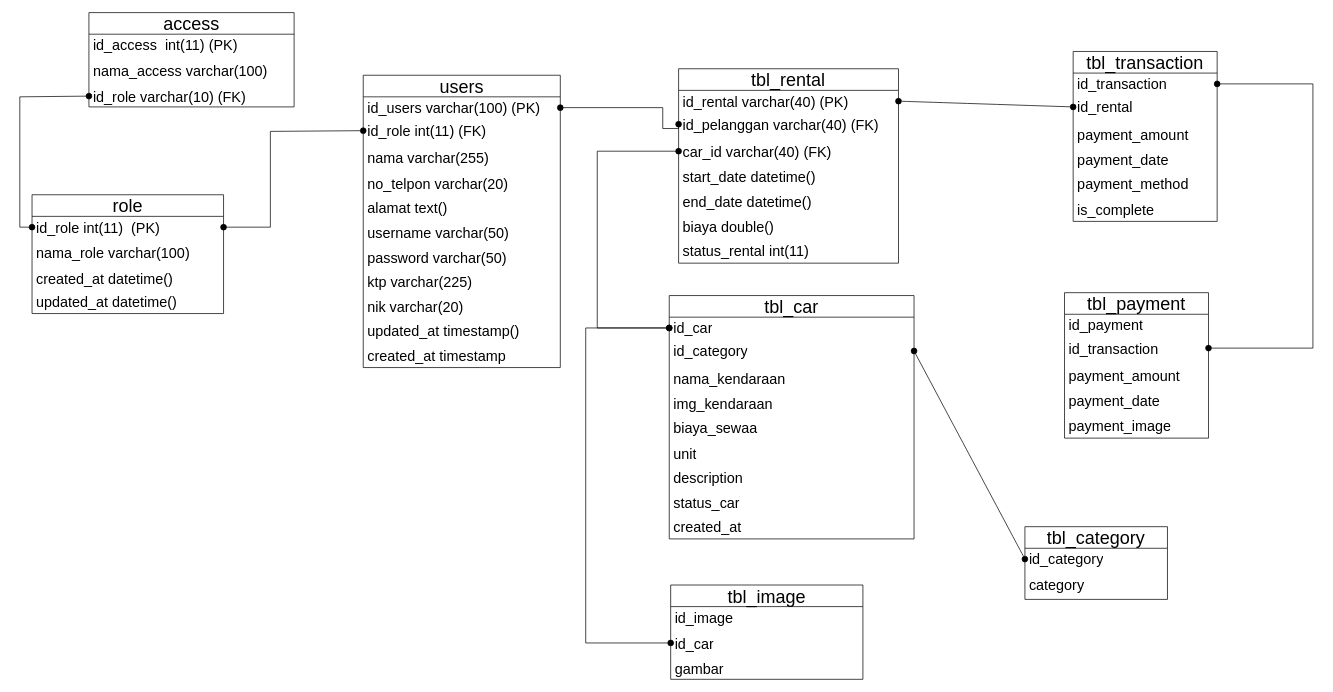
Earlier version of the draw.io diagram Mapping.drawio (Kantrawibawa10/Draw-I-O). Source tidied: cells renumbered, new cells numbered last; positions are measured from the earlier drawing's top-left corner, leaving out a move shared by most shapes. Both pictures are drawn from the tidied source at 72%, with x=0, y=0 at pixel (19, 12).
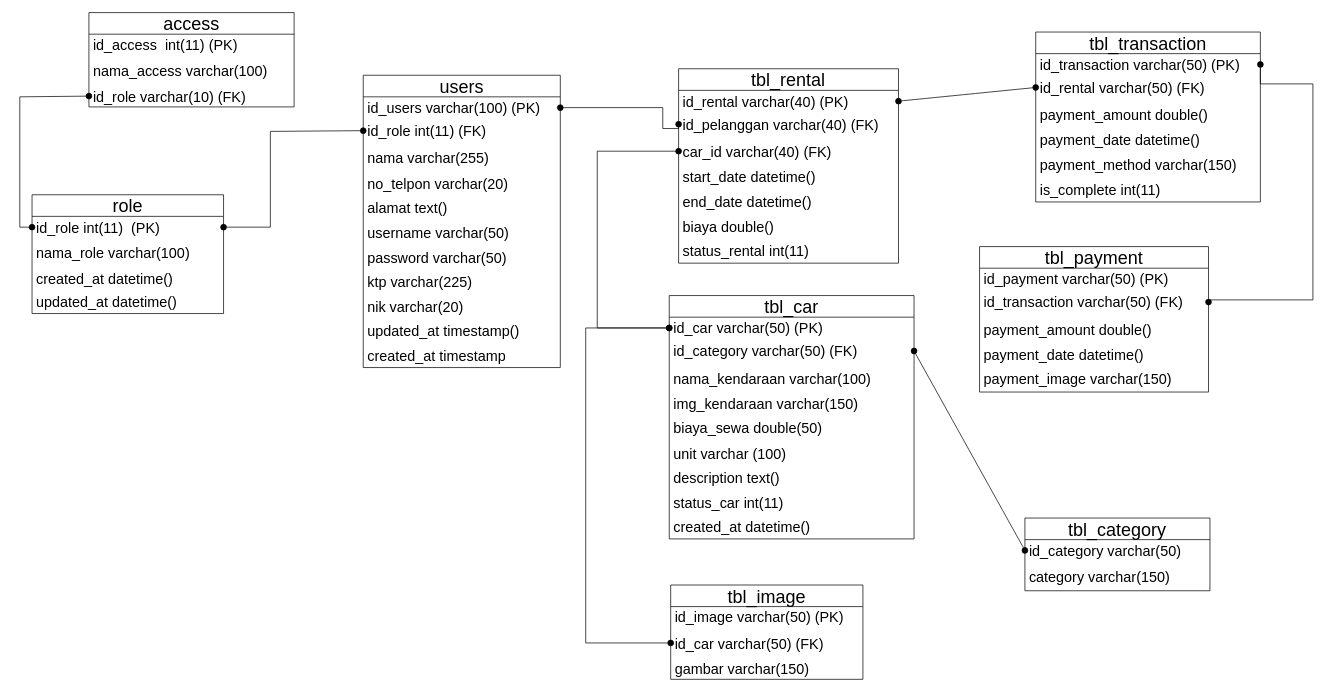
Above is the later version.

The change refers to these unchanged cells:
```xml
<mxCell id="49" value="&lt;font style=&quot;font-size: 25px;&quot;&gt;tbl_car&lt;/font&gt;" style="swimlane;fontStyle=0;horizontal=1;startSize=30;whiteSpace=wrap;html=1;fontSize=16;" parent="1" vertex="1">
  <mxGeometry x="902" y="393" width="340" height="338" as="geometry" />
</mxCell>
<mxCell id="60" value="&lt;font style=&quot;font-size: 25px;&quot;&gt;tbl_image&lt;/font&gt;" style="swimlane;fontStyle=0;horizontal=1;startSize=30;whiteSpace=wrap;html=1;fontSize=16;" parent="1" vertex="1">
  <mxGeometry x="904" y="795" width="267" height="131" as="geometry" />
</mxCell>
```

The edit, as a diff of the source:
```diff
@@
     <mxCell id="34" value="&lt;font style=&quot;font-size: 25px;&quot;&gt;tbl_transaction&lt;/font&gt;" style="swimlane;fontStyle=0;horizontal=1;startSize=30;whiteSpace=wrap;html=1;fontSize=16;" parent="1" vertex="1">
-      <mxGeometry x="1463" y="54" width="200" height="236" as="geometry" />
+      <mxGeometry x="1411" y="27" width="312" height="236" as="geometry" />
     </mxCell>
-    <mxCell id="35" value="&lt;font style=&quot;font-size: 20px;&quot;&gt;&lt;font style=&quot;font-size: 20px;&quot;&gt;id_transaction&lt;/font&gt;&lt;/font&gt;" style="text;strokeColor=none;fillColor=none;align=left;verticalAlign=middle;spacingLeft=4;spacingRight=4;overflow=hidden;points=[[0,0.5],[1,0.5]];portConstraint=eastwest;whiteSpace=wrap;html=1;fontSize=16;" parent="34" vertex="1">
-      <mxGeometry y="30" width="200" height="30" as="geometry" />
+    <mxCell id="35" value="&lt;font style=&quot;font-size: 20px;&quot;&gt;&lt;font style=&quot;font-size: 20px;&quot;&gt;id_transaction varchar(50) (PK)&lt;/font&gt;&lt;/font&gt;" style="text;strokeColor=none;fillColor=none;align=left;verticalAlign=middle;spacingLeft=4;spacingRight=4;overflow=hidden;points=[[0,0.5],[1,0.5]];portConstraint=eastwest;whiteSpace=wrap;html=1;fontSize=16;" parent="34" vertex="1">
+      <mxGeometry y="30" width="312" height="30" as="geometry" />
     </mxCell>
-    <mxCell id="36" value="&lt;font style=&quot;font-size: 20px;&quot;&gt;id_rental&lt;/font&gt;" style="text;strokeColor=none;fillColor=none;align=left;verticalAlign=middle;spacingLeft=4;spacingRight=4;overflow=hidden;points=[[0,0.5],[1,0.5]];portConstraint=eastwest;whiteSpace=wrap;html=1;fontSize=16;" parent="34" vertex="1">
-      <mxGeometry y="60" width="200" height="34" as="geometry" />
+    <mxCell id="36" value="&lt;font style=&quot;font-size: 20px;&quot;&gt;id_rental varchar(50) (FK)&lt;/font&gt;" style="text;strokeColor=none;fillColor=none;align=left;verticalAlign=middle;spacingLeft=4;spacingRight=4;overflow=hidden;points=[[0,0.5],[1,0.5]];portConstraint=eastwest;whiteSpace=wrap;html=1;fontSize=16;" parent="34" vertex="1">
+      <mxGeometry y="60" width="312" height="34" as="geometry" />
     </mxCell>
-    <mxCell id="37" value="&lt;font style=&quot;font-size: 20px;&quot;&gt;payment_amount&lt;/font&gt;" style="text;strokeColor=none;fillColor=none;align=left;verticalAlign=middle;spacingLeft=4;spacingRight=4;overflow=hidden;whiteSpace=wrap;html=1;fontSize=16;" parent="34" vertex="1">
-      <mxGeometry y="94" width="200" height="41" as="geometry" />
+    <mxCell id="37" value="&lt;font style=&quot;font-size: 20px;&quot;&gt;payment_amount double()&lt;/font&gt;" style="text;strokeColor=none;fillColor=none;align=left;verticalAlign=middle;spacingLeft=4;spacingRight=4;overflow=hidden;whiteSpace=wrap;html=1;fontSize=16;" parent="34" vertex="1">
+      <mxGeometry y="94" width="312" height="41" as="geometry" />
     </mxCell>
-    <mxCell id="38" value="&lt;font style=&quot;font-size: 20px;&quot;&gt;payment_date&lt;/font&gt;" style="text;strokeColor=none;fillColor=none;align=left;verticalAlign=middle;spacingLeft=4;spacingRight=4;overflow=hidden;whiteSpace=wrap;html=1;fontSize=16;" parent="34" vertex="1">
-      <mxGeometry y="135" width="200" height="30" as="geometry" />
+    <mxCell id="38" value="&lt;font style=&quot;font-size: 20px;&quot;&gt;payment_date datetime()&lt;/font&gt;" style="text;strokeColor=none;fillColor=none;align=left;verticalAlign=middle;spacingLeft=4;spacingRight=4;overflow=hidden;whiteSpace=wrap;html=1;fontSize=16;" parent="34" vertex="1">
+      <mxGeometry y="135" width="312" height="30" as="geometry" />
     </mxCell>
-    <mxCell id="39" value="&lt;font style=&quot;font-size: 20px;&quot;&gt;payment_method&lt;/font&gt;" style="text;strokeColor=none;fillColor=none;align=left;verticalAlign=middle;spacingLeft=4;spacingRight=4;overflow=hidden;whiteSpace=wrap;html=1;fontSize=16;" parent="34" vertex="1">
-      <mxGeometry y="165" width="200" height="37" as="geometry" />
+    <mxCell id="39" value="&lt;font style=&quot;font-size: 20px;&quot;&gt;payment_method varchar(150)&lt;/font&gt;" style="text;strokeColor=none;fillColor=none;align=left;verticalAlign=middle;spacingLeft=4;spacingRight=4;overflow=hidden;whiteSpace=wrap;html=1;fontSize=16;" parent="34" vertex="1">
+      <mxGeometry y="165" width="312" height="37" as="geometry" />
     </mxCell>
-    <mxCell id="40" value="&lt;font style=&quot;font-size: 20px;&quot;&gt;is_complete&lt;/font&gt;" style="text;strokeColor=none;fillColor=none;align=left;verticalAlign=middle;spacingLeft=4;spacingRight=4;overflow=hidden;whiteSpace=wrap;html=1;fontSize=16;" parent="34" vertex="1">
-      <mxGeometry y="202" width="200" height="34" as="geometry" />
+    <mxCell id="40" value="&lt;font style=&quot;font-size: 20px;&quot;&gt;is_complete int(11)&lt;/font&gt;" style="text;strokeColor=none;fillColor=none;align=left;verticalAlign=middle;spacingLeft=4;spacingRight=4;overflow=hidden;whiteSpace=wrap;html=1;fontSize=16;" parent="34" vertex="1">
+      <mxGeometry y="202" width="312" height="34" as="geometry" />
     </mxCell>
@@
     <mxCell id="42" value="&lt;font style=&quot;font-size: 25px;&quot;&gt;tbl_payment&lt;/font&gt;" style="swimlane;fontStyle=0;horizontal=1;startSize=30;whiteSpace=wrap;html=1;fontSize=16;" parent="1" vertex="1">
-      <mxGeometry x="1451" y="389" width="200" height="202" as="geometry" />
+      <mxGeometry x="1333" y="325" width="318" height="202" as="geometry" />
     </mxCell>
-    <mxCell id="43" value="&lt;font style=&quot;font-size: 20px;&quot;&gt;&lt;font style=&quot;font-size: 20px;&quot;&gt;id_payment&lt;/font&gt;&lt;/font&gt;" style="text;strokeColor=none;fillColor=none;align=left;verticalAlign=middle;spacingLeft=4;spacingRight=4;overflow=hidden;whiteSpace=wrap;html=1;fontSize=16;" parent="42" vertex="1">
-      <mxGeometry y="30" width="200" height="30" as="geometry" />
+    <mxCell id="43" value="&lt;font style=&quot;font-size: 20px;&quot;&gt;&lt;font style=&quot;font-size: 20px;&quot;&gt;id_payment varchar(50) (PK)&lt;/font&gt;&lt;/font&gt;" style="text;strokeColor=none;fillColor=none;align=left;verticalAlign=middle;spacingLeft=4;spacingRight=4;overflow=hidden;whiteSpace=wrap;html=1;fontSize=16;" parent="42" vertex="1">
+      <mxGeometry y="30" width="318" height="30" as="geometry" />
     </mxCell>
-    <mxCell id="44" value="&lt;font style=&quot;font-size: 20px;&quot;&gt;id_transaction&lt;/font&gt;" style="text;strokeColor=none;fillColor=none;align=left;verticalAlign=middle;spacingLeft=4;spacingRight=4;overflow=hidden;points=[[0,0.5],[1,0.5]];portConstraint=eastwest;whiteSpace=wrap;html=1;fontSize=16;" parent="42" vertex="1">
-      <mxGeometry y="60" width="200" height="34" as="geometry" />
+    <mxCell id="44" value="&lt;font style=&quot;font-size: 20px;&quot;&gt;id_transaction varchar(50) (FK)&lt;/font&gt;" style="text;strokeColor=none;fillColor=none;align=left;verticalAlign=middle;spacingLeft=4;spacingRight=4;overflow=hidden;points=[[0,0.5],[1,0.5]];portConstraint=eastwest;whiteSpace=wrap;html=1;fontSize=16;" parent="42" vertex="1">
+      <mxGeometry y="60" width="318" height="34" as="geometry" />
     </mxCell>
-    <mxCell id="45" value="&lt;font style=&quot;font-size: 20px;&quot;&gt;payment_amount&lt;/font&gt;" style="text;strokeColor=none;fillColor=none;align=left;verticalAlign=middle;spacingLeft=4;spacingRight=4;overflow=hidden;whiteSpace=wrap;html=1;fontSize=16;" parent="42" vertex="1">
-      <mxGeometry y="94" width="200" height="41" as="geometry" />
+    <mxCell id="45" value="&lt;font style=&quot;font-size: 20px;&quot;&gt;payment_amount double()&lt;/font&gt;" style="text;strokeColor=none;fillColor=none;align=left;verticalAlign=middle;spacingLeft=4;spacingRight=4;overflow=hidden;whiteSpace=wrap;html=1;fontSize=16;" parent="42" vertex="1">
+      <mxGeometry y="94" width="318" height="41" as="geometry" />
     </mxCell>
-    <mxCell id="46" value="&lt;font style=&quot;font-size: 20px;&quot;&gt;payment_date&lt;/font&gt;" style="text;strokeColor=none;fillColor=none;align=left;verticalAlign=middle;spacingLeft=4;spacingRight=4;overflow=hidden;whiteSpace=wrap;html=1;fontSize=16;" parent="42" vertex="1">
-      <mxGeometry y="135" width="200" height="30" as="geometry" />
+    <mxCell id="46" value="&lt;font style=&quot;font-size: 20px;&quot;&gt;payment_date datetime()&lt;/font&gt;" style="text;strokeColor=none;fillColor=none;align=left;verticalAlign=middle;spacingLeft=4;spacingRight=4;overflow=hidden;whiteSpace=wrap;html=1;fontSize=16;" parent="42" vertex="1">
+      <mxGeometry y="135" width="318" height="30" as="geometry" />
     </mxCell>
-    <mxCell id="47" value="&lt;font style=&quot;font-size: 20px;&quot;&gt;payment_image&lt;/font&gt;" style="text;strokeColor=none;fillColor=none;align=left;verticalAlign=middle;spacingLeft=4;spacingRight=4;overflow=hidden;whiteSpace=wrap;html=1;fontSize=16;" parent="42" vertex="1">
-      <mxGeometry y="165" width="200" height="37" as="geometry" />
+    <mxCell id="47" value="&lt;font style=&quot;font-size: 20px;&quot;&gt;payment_image varchar(150)&lt;/font&gt;" style="text;strokeColor=none;fillColor=none;align=left;verticalAlign=middle;spacingLeft=4;spacingRight=4;overflow=hidden;whiteSpace=wrap;html=1;fontSize=16;" parent="42" vertex="1">
+      <mxGeometry y="165" width="318" height="37" as="geometry" />
     </mxCell>
     <mxCell id="48" style="edgeStyle=segmentEdgeStyle;endArrow=oval;html=1;curved=0;rounded=0;endSize=8;startSize=8;fontSize=12;entryX=1;entryY=0.5;entryDx=0;entryDy=0;exitX=1;exitY=0.5;exitDx=0;exitDy=0;endFill=1;startArrow=oval;startFill=1;" parent="1" edge="1" source="44" target="35">
       <mxGeometry relative="1" as="geometry">
         <Array as="points">
-          <mxPoint x="1796" y="466" />
+          <mxPoint x="1651" y="399" />
+          <mxPoint x="1796" y="399" />
           <mxPoint x="1796" y="99" />
+          <mxPoint x="1723" y="99" />
         </Array>
       </mxGeometry>
     </mxCell>
@@
-    <mxCell id="50" value="&lt;font style=&quot;font-size: 20px;&quot;&gt;&lt;font style=&quot;font-size: 20px;&quot;&gt;id_car&lt;/font&gt;&lt;/font&gt;" style="text;strokeColor=none;fillColor=none;align=left;verticalAlign=middle;spacingLeft=4;spacingRight=4;overflow=hidden;points=[[0,0.5],[1,0.5]];portConstraint=eastwest;whiteSpace=wrap;html=1;fontSize=16;" parent="49" vertex="1">
+    <mxCell id="50" value="&lt;font style=&quot;font-size: 20px;&quot;&gt;&lt;font style=&quot;font-size: 20px;&quot;&gt;id_car varchar(50) (PK)&lt;/font&gt;&lt;/font&gt;" style="text;strokeColor=none;fillColor=none;align=left;verticalAlign=middle;spacingLeft=4;spacingRight=4;overflow=hidden;points=[[0,0.5],[1,0.5]];portConstraint=eastwest;whiteSpace=wrap;html=1;fontSize=16;" parent="49" vertex="1">
       <mxGeometry y="30" width="340" height="30" as="geometry" />
     </mxCell>
-    <mxCell id="51" value="&lt;font style=&quot;font-size: 20px;&quot;&gt;id_category&lt;/font&gt;" style="text;strokeColor=none;fillColor=none;align=left;verticalAlign=middle;spacingLeft=4;spacingRight=4;overflow=hidden;points=[[0,0.5],[1,0.5]];portConstraint=eastwest;whiteSpace=wrap;html=1;fontSize=16;" parent="49" vertex="1">
+    <mxCell id="51" value="&lt;font style=&quot;font-size: 20px;&quot;&gt;id_category varchar(50) (FK)&lt;/font&gt;" style="text;strokeColor=none;fillColor=none;align=left;verticalAlign=middle;spacingLeft=4;spacingRight=4;overflow=hidden;points=[[0,0.5],[1,0.5]];portConstraint=eastwest;whiteSpace=wrap;html=1;fontSize=16;" parent="49" vertex="1">
       <mxGeometry y="60" width="340" height="34" as="geometry" />
     </mxCell>
-    <mxCell id="52" value="&lt;font style=&quot;font-size: 20px;&quot;&gt;nama_kendaraan&lt;/font&gt;" style="text;strokeColor=none;fillColor=none;align=left;verticalAlign=middle;spacingLeft=4;spacingRight=4;overflow=hidden;whiteSpace=wrap;html=1;fontSize=16;" parent="49" vertex="1">
+    <mxCell id="52" value="&lt;font style=&quot;font-size: 20px;&quot;&gt;nama_kendaraan varchar(100)&lt;/font&gt;" style="text;strokeColor=none;fillColor=none;align=left;verticalAlign=middle;spacingLeft=4;spacingRight=4;overflow=hidden;whiteSpace=wrap;html=1;fontSize=16;" parent="49" vertex="1">
       <mxGeometry y="94" width="340" height="41" as="geometry" />
     </mxCell>
-    <mxCell id="53" value="&lt;font style=&quot;font-size: 20px;&quot;&gt;img_kendaraan&lt;/font&gt;" style="text;strokeColor=none;fillColor=none;align=left;verticalAlign=middle;spacingLeft=4;spacingRight=4;overflow=hidden;whiteSpace=wrap;html=1;fontSize=16;" parent="49" vertex="1">
+    <mxCell id="53" value="&lt;font style=&quot;font-size: 20px;&quot;&gt;img_kendaraan varchar(150)&lt;/font&gt;" style="text;strokeColor=none;fillColor=none;align=left;verticalAlign=middle;spacingLeft=4;spacingRight=4;overflow=hidden;whiteSpace=wrap;html=1;fontSize=16;" parent="49" vertex="1">
       <mxGeometry y="135" width="340" height="30" as="geometry" />
     </mxCell>
-    <mxCell id="54" value="&lt;font style=&quot;font-size: 20px;&quot;&gt;biaya_sewaa&lt;/font&gt;" style="text;strokeColor=none;fillColor=none;align=left;verticalAlign=middle;spacingLeft=4;spacingRight=4;overflow=hidden;whiteSpace=wrap;html=1;fontSize=16;" parent="49" vertex="1">
+    <mxCell id="54" value="&lt;font style=&quot;font-size: 20px;&quot;&gt;biaya_sewa double(50)&lt;/font&gt;" style="text;strokeColor=none;fillColor=none;align=left;verticalAlign=middle;spacingLeft=4;spacingRight=4;overflow=hidden;whiteSpace=wrap;html=1;fontSize=16;" parent="49" vertex="1">
       <mxGeometry y="165" width="340" height="37" as="geometry" />
     </mxCell>
-    <mxCell id="55" value="&lt;font style=&quot;font-size: 20px;&quot;&gt;unit&lt;/font&gt;" style="text;strokeColor=none;fillColor=none;align=left;verticalAlign=middle;spacingLeft=4;spacingRight=4;overflow=hidden;whiteSpace=wrap;html=1;fontSize=16;" parent="49" vertex="1">
+    <mxCell id="55" value="&lt;font style=&quot;font-size: 20px;&quot;&gt;unit varchar (100)&lt;/font&gt;" style="text;strokeColor=none;fillColor=none;align=left;verticalAlign=middle;spacingLeft=4;spacingRight=4;overflow=hidden;whiteSpace=wrap;html=1;fontSize=16;" parent="49" vertex="1">
       <mxGeometry y="202" width="340" height="34" as="geometry" />
     </mxCell>
-    <mxCell id="56" value="&lt;font style=&quot;font-size: 20px;&quot;&gt;description&lt;/font&gt;" style="text;strokeColor=none;fillColor=none;align=left;verticalAlign=middle;spacingLeft=4;spacingRight=4;overflow=hidden;whiteSpace=wrap;html=1;fontSize=16;" parent="49" vertex="1">
+    <mxCell id="56" value="&lt;font style=&quot;font-size: 20px;&quot;&gt;description text()&lt;/font&gt;" style="text;strokeColor=none;fillColor=none;align=left;verticalAlign=middle;spacingLeft=4;spacingRight=4;overflow=hidden;whiteSpace=wrap;html=1;fontSize=16;" parent="49" vertex="1">
       <mxGeometry y="236" width="340" height="34" as="geometry" />
     </mxCell>
-    <mxCell id="57" value="&lt;font style=&quot;font-size: 20px;&quot;&gt;status_car&lt;/font&gt;" style="text;strokeColor=none;fillColor=none;align=left;verticalAlign=middle;spacingLeft=4;spacingRight=4;overflow=hidden;whiteSpace=wrap;html=1;fontSize=16;" parent="49" vertex="1">
+    <mxCell id="57" value="&lt;font style=&quot;font-size: 20px;&quot;&gt;status_car int(11)&lt;/font&gt;" style="text;strokeColor=none;fillColor=none;align=left;verticalAlign=middle;spacingLeft=4;spacingRight=4;overflow=hidden;whiteSpace=wrap;html=1;fontSize=16;" parent="49" vertex="1">
       <mxGeometry y="270" width="340" height="34" as="geometry" />
     </mxCell>
-    <mxCell id="58" value="&lt;font style=&quot;font-size: 20px;&quot;&gt;created_at&lt;/font&gt;" style="text;strokeColor=none;fillColor=none;align=left;verticalAlign=middle;spacingLeft=4;spacingRight=4;overflow=hidden;whiteSpace=wrap;html=1;fontSize=16;" parent="49" vertex="1">
+    <mxCell id="58" value="&lt;font style=&quot;font-size: 20px;&quot;&gt;created_at datetime()&lt;/font&gt;" style="text;strokeColor=none;fillColor=none;align=left;verticalAlign=middle;spacingLeft=4;spacingRight=4;overflow=hidden;whiteSpace=wrap;html=1;fontSize=16;" parent="49" vertex="1">
       <mxGeometry y="304" width="340" height="34" as="geometry" />
     </mxCell>
@@
-    <mxCell id="61" value="&lt;span style=&quot;font-size: 20px;&quot;&gt;id_image&lt;/span&gt;" style="text;strokeColor=none;fillColor=none;align=left;verticalAlign=middle;spacingLeft=4;spacingRight=4;overflow=hidden;whiteSpace=wrap;html=1;fontSize=16;" parent="60" vertex="1">
+    <mxCell id="61" value="&lt;span style=&quot;font-size: 20px;&quot;&gt;id_image varchar(50) (PK)&lt;br&gt;&lt;br&gt;&lt;/span&gt;" style="text;strokeColor=none;fillColor=none;align=left;verticalAlign=middle;spacingLeft=4;spacingRight=4;overflow=hidden;whiteSpace=wrap;html=1;fontSize=16;" parent="60" vertex="1">
       <mxGeometry y="30" width="267" height="30" as="geometry" />
     </mxCell>
-    <mxCell id="62" value="&lt;font style=&quot;font-size: 20px;&quot;&gt;id_car&lt;/font&gt;" style="text;strokeColor=none;fillColor=none;align=left;verticalAlign=middle;spacingLeft=4;spacingRight=4;overflow=hidden;points=[[0,0.5],[1,0.5]];portConstraint=eastwest;whiteSpace=wrap;html=1;fontSize=16;" parent="60" vertex="1">
+    <mxCell id="62" value="&lt;font style=&quot;font-size: 20px;&quot;&gt;id_car varchar(50) (FK)&lt;/font&gt;" style="text;strokeColor=none;fillColor=none;align=left;verticalAlign=middle;spacingLeft=4;spacingRight=4;overflow=hidden;points=[[0,0.5],[1,0.5]];portConstraint=eastwest;whiteSpace=wrap;html=1;fontSize=16;" parent="60" vertex="1">
       <mxGeometry y="60" width="267" height="41" as="geometry" />
     </mxCell>
-    <mxCell id="63" value="&lt;font style=&quot;font-size: 20px;&quot;&gt;gambar&lt;/font&gt;" style="text;strokeColor=none;fillColor=none;align=left;verticalAlign=middle;spacingLeft=4;spacingRight=4;overflow=hidden;whiteSpace=wrap;html=1;fontSize=16;" parent="60" vertex="1">
+    <mxCell id="63" value="&lt;font style=&quot;font-size: 20px;&quot;&gt;gambar varchar(150)&amp;nbsp;&lt;/font&gt;" style="text;strokeColor=none;fillColor=none;align=left;verticalAlign=middle;spacingLeft=4;spacingRight=4;overflow=hidden;whiteSpace=wrap;html=1;fontSize=16;" parent="60" vertex="1">
       <mxGeometry y="101" width="267" height="30" as="geometry" />
     </mxCell>
@@
     <mxCell id="65" value="&lt;font style=&quot;font-size: 25px;&quot;&gt;tbl_category&lt;/font&gt;" style="swimlane;fontStyle=0;horizontal=1;startSize=30;whiteSpace=wrap;html=1;fontSize=16;" parent="1" vertex="1">
-      <mxGeometry x="1396" y="714" width="198" height="101" as="geometry" />
+      <mxGeometry x="1396" y="702" width="257" height="101" as="geometry" />
     </mxCell>
-    <mxCell id="66" value="&lt;span style=&quot;font-size: 20px;&quot;&gt;id_category&lt;/span&gt;" style="text;strokeColor=none;fillColor=none;align=left;verticalAlign=middle;spacingLeft=4;spacingRight=4;overflow=hidden;points=[[0,0.5],[1,0.5]];portConstraint=eastwest;whiteSpace=wrap;html=1;fontSize=16;" parent="65" vertex="1">
-      <mxGeometry y="30" width="198" height="30" as="geometry" />
+    <mxCell id="66" value="&lt;span style=&quot;font-size: 20px;&quot;&gt;id_category varchar(50)&lt;/span&gt;" style="text;strokeColor=none;fillColor=none;align=left;verticalAlign=middle;spacingLeft=4;spacingRight=4;overflow=hidden;points=[[0,0.5],[1,0.5]];portConstraint=eastwest;whiteSpace=wrap;html=1;fontSize=16;" parent="65" vertex="1">
+      <mxGeometry y="30" width="257" height="30" as="geometry" />
     </mxCell>
-    <mxCell id="67" value="&lt;font style=&quot;font-size: 20px;&quot;&gt;category&lt;/font&gt;" style="text;strokeColor=none;fillColor=none;align=left;verticalAlign=middle;spacingLeft=4;spacingRight=4;overflow=hidden;whiteSpace=wrap;html=1;fontSize=16;" parent="65" vertex="1">
-      <mxGeometry y="60" width="198" height="41" as="geometry" />
+    <mxCell id="67" value="&lt;font style=&quot;font-size: 20px;&quot;&gt;category varchar(150)&lt;/font&gt;" style="text;strokeColor=none;fillColor=none;align=left;verticalAlign=middle;spacingLeft=4;spacingRight=4;overflow=hidden;whiteSpace=wrap;html=1;fontSize=16;" parent="65" vertex="1">
+      <mxGeometry y="60" width="257" height="41" as="geometry" />
     </mxCell>
```
